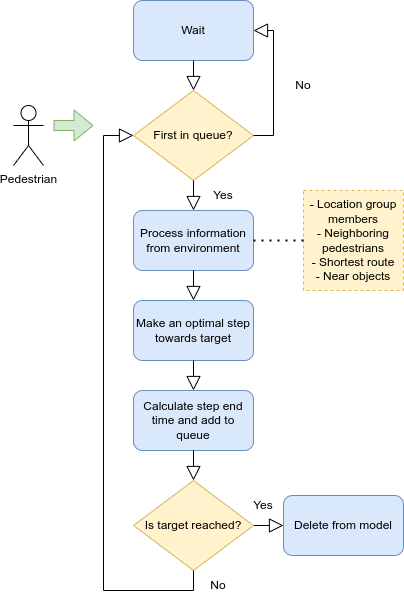
This is figures/conceptFlow.png from floristevito/CrowdSim, a draw.io export, as it was before one commit. Source tidied: cells renumbered, new cells last; positions are measured from the earlier drawing's top-left corner, leaving out a move shared by most shapes.
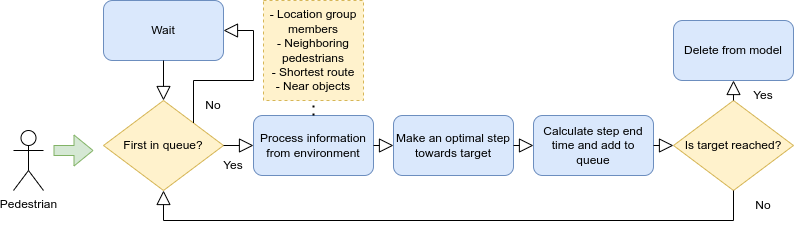
Later version of the same file.

Change to the diagram source:
```diff
@@ -3,84 +3,78 @@
     <mxCell id="0" />
     <mxCell id="1" parent="0" />
     <mxCell id="2" value="Pedestrian" style="shape=umlActor;verticalLabelPosition=bottom;verticalAlign=top;html=1;" parent="1" vertex="1">
-      <mxGeometry y="105" width="30" height="60" as="geometry" />
+      <mxGeometry x="-140" y="770" width="30" height="60" as="geometry" />
     </mxCell>
     <mxCell id="3" style="shape=flexArrow;endArrow=classic;html=1;rounded=0;fillColor=#d5e8d4;strokeColor=#82b366;" parent="1" edge="1">
       <mxGeometry relative="1" as="geometry">
-        <mxPoint x="40" y="125" as="sourcePoint" />
-        <mxPoint x="80" y="125" as="targetPoint" />
+        <mxPoint x="-100" y="790" as="sourcePoint" />
+        <mxPoint x="-60" y="790" as="targetPoint" />
       </mxGeometry>
     </mxCell>
-    <mxCell id="4" style="edgeStyle=orthogonalEdgeStyle;rounded=0;jettySize=auto;html=1;exitX=1;exitY=0.5;exitDx=0;exitDy=0;startArrow=none;startFill=0;endArrow=block;endFill=0;endSize=12;entryX=0;entryY=0.5;entryDx=0;entryDy=0;" parent="1" edge="1" source="5" target="7">
-      <mxGeometry relative="1" as="geometry" />
+    <mxCell id="4" value="&lt;span style=&quot;&quot;&gt;Is target reached?&lt;/span&gt;" style="rhombus;whiteSpace=wrap;html=1;fillColor=#fff2cc;strokeColor=#d6b656;" parent="1" vertex="1">
+      <mxGeometry x="520" y="740" width="120" height="90" as="geometry" />
     </mxCell>
-    <mxCell id="5" value="&lt;span style=&quot;&quot;&gt;Is target reached?&lt;/span&gt;" style="rhombus;whiteSpace=wrap;html=1;fillColor=#fff2cc;strokeColor=#d6b656;" parent="1" vertex="1">
-      <mxGeometry x="120" y="480" width="120" height="90" as="geometry" />
+    <mxCell id="5" value="Yes" style="text;html=1;strokeColor=none;fillColor=none;align=center;verticalAlign=middle;whiteSpace=wrap;rounded=0;" parent="1" vertex="1">
+      <mxGeometry x="580" y="720" width="60" height="30" as="geometry" />
     </mxCell>
-    <mxCell id="6" value="Yes" style="text;html=1;strokeColor=none;fillColor=none;align=center;verticalAlign=middle;whiteSpace=wrap;rounded=0;" parent="1" vertex="1">
-      <mxGeometry x="220" y="490" width="60" height="30" as="geometry" />
+    <mxCell id="6" value="Delete from model" style="rounded=1;whiteSpace=wrap;html=1;fillColor=#dae8fc;strokeColor=#6c8ebf;" parent="1" vertex="1">
+      <mxGeometry x="520" y="660" width="120" height="60" as="geometry" />
     </mxCell>
-    <mxCell id="7" value="Delete from model" style="rounded=1;whiteSpace=wrap;html=1;fillColor=#dae8fc;strokeColor=#6c8ebf;" parent="1" vertex="1">
-      <mxGeometry x="270" y="495" width="120" height="60" as="geometry" />
+    <mxCell id="7" value="Make an optimal step towards target" style="rounded=1;whiteSpace=wrap;html=1;fillColor=#dae8fc;strokeColor=#6c8ebf;" parent="1" vertex="1">
+      <mxGeometry x="240" y="755" width="120" height="60" as="geometry" />
     </mxCell>
-    <mxCell id="8" value="Make an optimal step towards target" style="rounded=1;whiteSpace=wrap;html=1;fillColor=#dae8fc;strokeColor=#6c8ebf;" parent="1" vertex="1">
-      <mxGeometry x="120" y="300" width="120" height="60" as="geometry" />
+    <mxCell id="8" value="First in queue?" style="rhombus;whiteSpace=wrap;html=1;fillColor=#fff2cc;strokeColor=#d6b656;" parent="1" vertex="1">
+      <mxGeometry x="-50" y="740" width="120" height="90" as="geometry" />
     </mxCell>
-    <mxCell id="9" style="edgeStyle=orthogonalEdgeStyle;rounded=0;jettySize=auto;html=1;exitX=0.5;exitY=1;exitDx=0;exitDy=0;startArrow=none;startFill=0;endArrow=block;endFill=0;endSize=12;entryX=0;entryY=0.5;entryDx=0;entryDy=0;" parent="1" edge="1" source="5" target="10">
-      <mxGeometry relative="1" as="geometry">
-        <Array as="points">
-          <mxPoint x="180" y="590" />
-          <mxPoint x="90" y="590" />
-          <mxPoint x="90" y="135" />
-        </Array>
-      </mxGeometry>
+    <mxCell id="9" value="Process information from environment" style="rounded=1;whiteSpace=wrap;html=1;fillColor=#dae8fc;strokeColor=#6c8ebf;" parent="1" vertex="1">
+      <mxGeometry x="100" y="755" width="120" height="60" as="geometry" />
     </mxCell>
-    <mxCell id="10" value="First in queue?" style="rhombus;whiteSpace=wrap;html=1;fillColor=#fff2cc;strokeColor=#d6b656;" parent="1" vertex="1">
-      <mxGeometry x="120" y="90" width="120" height="90" as="geometry" />
+    <mxCell id="10" value="Wait" style="rounded=1;whiteSpace=wrap;html=1;fillColor=#dae8fc;strokeColor=#6c8ebf;" parent="1" vertex="1">
+      <mxGeometry x="-50" y="640" width="120" height="60" as="geometry" />
     </mxCell>
-    <mxCell id="11" value="Process information from environment" style="rounded=1;whiteSpace=wrap;html=1;fillColor=#dae8fc;strokeColor=#6c8ebf;" parent="1" vertex="1">
-      <mxGeometry x="120" y="210" width="120" height="60" as="geometry" />
+    <mxCell id="11" style="edgeStyle=orthogonalEdgeStyle;rounded=0;jettySize=auto;html=1;exitX=1;exitY=0;exitDx=0;exitDy=0;startArrow=none;startFill=0;endArrow=block;endFill=0;endSize=12;entryX=1;entryY=0.5;entryDx=0;entryDy=0;" parent="1" edge="1" source="8" target="10">
+      <mxGeometry relative="1" as="geometry" />
     </mxCell>
-    <mxCell id="12" style="edgeStyle=orthogonalEdgeStyle;rounded=0;jettySize=auto;html=1;exitX=0.5;exitY=1;exitDx=0;exitDy=0;startArrow=none;startFill=0;endArrow=block;endFill=0;endSize=12;entryX=0.5;entryY=0;entryDx=0;entryDy=0;" parent="1" edge="1" source="10" target="11">
-      <mxGeometry relative="1" as="geometry" />
+    <mxCell id="12" value="No" style="text;html=1;strokeColor=none;fillColor=none;align=center;verticalAlign=middle;whiteSpace=wrap;rounded=0;" parent="1" vertex="1">
+      <mxGeometry x="30" y="730" width="60" height="30" as="geometry" />
     </mxCell>
-    <mxCell id="13" value="Wait" style="rounded=1;whiteSpace=wrap;html=1;fillColor=#dae8fc;strokeColor=#6c8ebf;" parent="1" vertex="1">
-      <mxGeometry x="120" width="120" height="60" as="geometry" />
+    <mxCell id="13" style="edgeStyle=orthogonalEdgeStyle;rounded=0;jettySize=auto;html=1;exitX=0.5;exitY=1;exitDx=0;exitDy=0;startArrow=none;startFill=0;endArrow=block;endFill=0;endSize=12;" parent="1" edge="1" source="10" target="8">
+      <mxGeometry relative="1" as="geometry" />
     </mxCell>
-    <mxCell id="14" style="edgeStyle=orthogonalEdgeStyle;rounded=0;jettySize=auto;html=1;exitX=1;exitY=0.5;exitDx=0;exitDy=0;startArrow=none;startFill=0;endArrow=block;endFill=0;endSize=12;entryX=1;entryY=0.5;entryDx=0;entryDy=0;" parent="1" edge="1" source="10" target="13">
-      <mxGeometry relative="1" as="geometry" />
+    <mxCell id="14" value="Calculate step end time and add to queue" style="rounded=1;whiteSpace=wrap;html=1;fillColor=#dae8fc;strokeColor=#6c8ebf;" parent="1" vertex="1">
+      <mxGeometry x="380" y="755" width="120" height="60" as="geometry" />
     </mxCell>
-    <mxCell id="15" value="No" style="text;html=1;strokeColor=none;fillColor=none;align=center;verticalAlign=middle;whiteSpace=wrap;rounded=0;" parent="1" vertex="1">
-      <mxGeometry x="260" y="70" width="60" height="30" as="geometry" />
+    <mxCell id="15" value="&lt;span style=&quot;&quot;&gt;- Location group members&lt;/span&gt;&lt;br style=&quot;&quot;&gt;&lt;span style=&quot;&quot;&gt;- Neighboring pedestrians&lt;/span&gt;&lt;br style=&quot;&quot;&gt;&lt;span style=&quot;&quot;&gt;- Shortest route&lt;/span&gt;&lt;br style=&quot;&quot;&gt;&lt;span style=&quot;&quot;&gt;- Near objects&lt;/span&gt;" style="whiteSpace=wrap;html=1;dashed=1;fillColor=#fff2cc;strokeColor=#d6b656;" parent="1" vertex="1">
+      <mxGeometry x="110" y="640" width="100" height="100" as="geometry" />
     </mxCell>
-    <mxCell id="16" style="edgeStyle=orthogonalEdgeStyle;rounded=0;jettySize=auto;html=1;exitX=0.5;exitY=1;exitDx=0;exitDy=0;startArrow=none;startFill=0;endArrow=block;endFill=0;endSize=12;" parent="1" edge="1" source="13">
-      <mxGeometry relative="1" as="geometry">
-        <mxPoint x="180" y="90" as="targetPoint" />
-      </mxGeometry>
+    <mxCell id="16" value="No" style="text;html=1;strokeColor=none;fillColor=none;align=center;verticalAlign=middle;whiteSpace=wrap;rounded=0;" parent="1" vertex="1">
+      <mxGeometry x="580" y="830" width="60" height="30" as="geometry" />
     </mxCell>
-    <mxCell id="17" value="Calculate step end time and add to queue" style="rounded=1;whiteSpace=wrap;html=1;fillColor=#dae8fc;strokeColor=#6c8ebf;" parent="1" vertex="1">
-      <mxGeometry x="120" y="390" width="120" height="60" as="geometry" />
+    <mxCell id="17" value="Yes" style="text;html=1;strokeColor=none;fillColor=none;align=center;verticalAlign=middle;whiteSpace=wrap;rounded=0;" parent="1" vertex="1">
+      <mxGeometry x="50" y="790" width="60" height="30" as="geometry" />
     </mxCell>
-    <mxCell id="18" style="edgeStyle=orthogonalEdgeStyle;rounded=0;jettySize=auto;html=1;exitX=0.5;exitY=1;exitDx=0;exitDy=0;startArrow=none;startFill=0;endArrow=block;endFill=0;endSize=12;entryX=0.5;entryY=0;entryDx=0;entryDy=0;" parent="1" edge="1" source="8" target="17">
+    <mxCell id="18" style="edgeStyle=orthogonalEdgeStyle;rounded=0;jettySize=auto;html=1;exitX=1;exitY=0.5;exitDx=0;exitDy=0;startArrow=none;startFill=0;endArrow=block;endFill=0;endSize=12;entryX=0;entryY=0.5;entryDx=0;entryDy=0;" parent="1" edge="1" source="8" target="9">
       <mxGeometry relative="1" as="geometry" />
     </mxCell>
-    <mxCell id="19" value="&lt;span style=&quot;&quot;&gt;- Location group members&lt;/span&gt;&lt;br style=&quot;&quot;&gt;&lt;span style=&quot;&quot;&gt;- Neighboring pedestrians&lt;/span&gt;&lt;br style=&quot;&quot;&gt;&lt;span style=&quot;&quot;&gt;- Shortest route&lt;/span&gt;&lt;br style=&quot;&quot;&gt;&lt;span style=&quot;&quot;&gt;- Near objects&lt;/span&gt;" style="whiteSpace=wrap;html=1;dashed=1;fillColor=#fff2cc;strokeColor=#d6b656;" parent="1" vertex="1">
-      <mxGeometry x="290" y="190" width="100" height="100" as="geometry" />
+    <mxCell id="19" style="edgeStyle=orthogonalEdgeStyle;rounded=0;jettySize=auto;html=1;exitX=1;exitY=0.5;exitDx=0;exitDy=0;startArrow=none;startFill=0;endArrow=block;endFill=0;endSize=12;entryX=0;entryY=0.5;entryDx=0;entryDy=0;" parent="1" edge="1" source="9" target="7">
+      <mxGeometry relative="1" as="geometry" />
     </mxCell>
-    <mxCell id="20" style="endArrow=none;dashed=1;html=1;dashPattern=1 3;strokeWidth=2;rounded=0;exitX=1;exitY=0.5;exitDx=0;exitDy=0;entryX=0;entryY=0.5;entryDx=0;entryDy=0;" parent="1" edge="1" source="11" target="19">
+    <mxCell id="20" style="edgeStyle=orthogonalEdgeStyle;rounded=0;jettySize=auto;html=1;exitX=1;exitY=0.5;exitDx=0;exitDy=0;startArrow=none;startFill=0;endArrow=block;endFill=0;endSize=12;entryX=0;entryY=0.5;entryDx=0;entryDy=0;" parent="1" edge="1" source="7" target="14">
       <mxGeometry relative="1" as="geometry" />
     </mxCell>
-    <mxCell id="21" style="edgeStyle=orthogonalEdgeStyle;rounded=0;jettySize=auto;html=1;exitX=0.5;exitY=1;exitDx=0;exitDy=0;startArrow=none;startFill=0;endArrow=block;endFill=0;endSize=12;entryX=0.5;entryY=0;entryDx=0;entryDy=0;" parent="1" edge="1" source="17" target="5">
+    <mxCell id="21" style="edgeStyle=orthogonalEdgeStyle;rounded=0;jettySize=auto;html=1;exitX=1;exitY=0.5;exitDx=0;exitDy=0;startArrow=none;startFill=0;endArrow=block;endFill=0;endSize=12;entryX=0;entryY=0.5;entryDx=0;entryDy=0;" parent="1" edge="1" source="14" target="4">
       <mxGeometry relative="1" as="geometry" />
     </mxCell>
-    <mxCell id="22" style="edgeStyle=orthogonalEdgeStyle;rounded=0;jettySize=auto;html=1;exitX=0.5;exitY=1;exitDx=0;exitDy=0;startArrow=none;startFill=0;endArrow=block;endFill=0;endSize=12;entryX=0.5;entryY=0;entryDx=0;entryDy=0;" parent="1" edge="1" source="11" target="8">
-      <mxGeometry relative="1" as="geometry" />
+    <mxCell id="22" style="edgeStyle=orthogonalEdgeStyle;rounded=0;jettySize=auto;html=1;exitX=0.5;exitY=0;exitDx=0;exitDy=0;startArrow=none;startFill=0;endArrow=block;endFill=0;endSize=12;" parent="1" edge="1" source="4">
+      <mxGeometry relative="1" as="geometry">
+        <mxPoint x="580" y="720" as="targetPoint" />
+      </mxGeometry>
     </mxCell>
-    <mxCell id="23" value="No" style="text;html=1;strokeColor=none;fillColor=none;align=center;verticalAlign=middle;whiteSpace=wrap;rounded=0;" parent="1" vertex="1">
-      <mxGeometry x="175" y="570" width="60" height="30" as="geometry" />
+    <mxCell id="23" style="edgeStyle=orthogonalEdgeStyle;rounded=0;jettySize=auto;html=1;exitX=0.5;exitY=1;exitDx=0;exitDy=0;startArrow=none;startFill=0;endArrow=block;endFill=0;endSize=12;entryX=0.5;entryY=1;entryDx=0;entryDy=0;" parent="1" edge="1" source="4" target="8">
+      <mxGeometry relative="1" as="geometry" />
     </mxCell>
-    <mxCell id="24" value="Yes" style="text;html=1;strokeColor=none;fillColor=none;align=center;verticalAlign=middle;whiteSpace=wrap;rounded=0;" parent="1" vertex="1">
-      <mxGeometry x="180" y="180" width="60" height="30" as="geometry" />
+    <mxCell id="24" style="endArrow=none;dashed=1;html=1;dashPattern=1 3;strokeWidth=2;rounded=0;exitX=0.5;exitY=0;exitDx=0;exitDy=0;entryX=0.5;entryY=1;entryDx=0;entryDy=0;" parent="1" edge="1" source="9" target="15">
+      <mxGeometry relative="1" as="geometry" />
     </mxCell>
   </root>
 </mxGraphModel>
```
